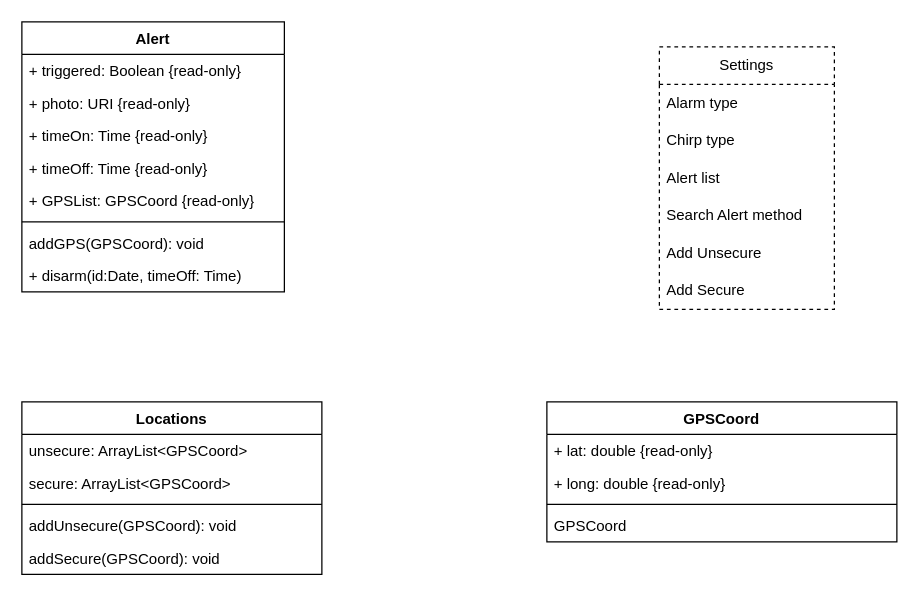
ddc-java-17/leave-me-alone-reedsearle keeps this draw.io diagram as work/LeaveMeAlone.drawio. Above is the earlier version. Source tidied: cells renumbered, new cells numbered last; positions are measured from the earlier drawing's top-left corner, leaving out a move shared by most shapes. Both pictures are drawn from the tidied source at 125%, with x=0, y=0 at pixel (21, 21).
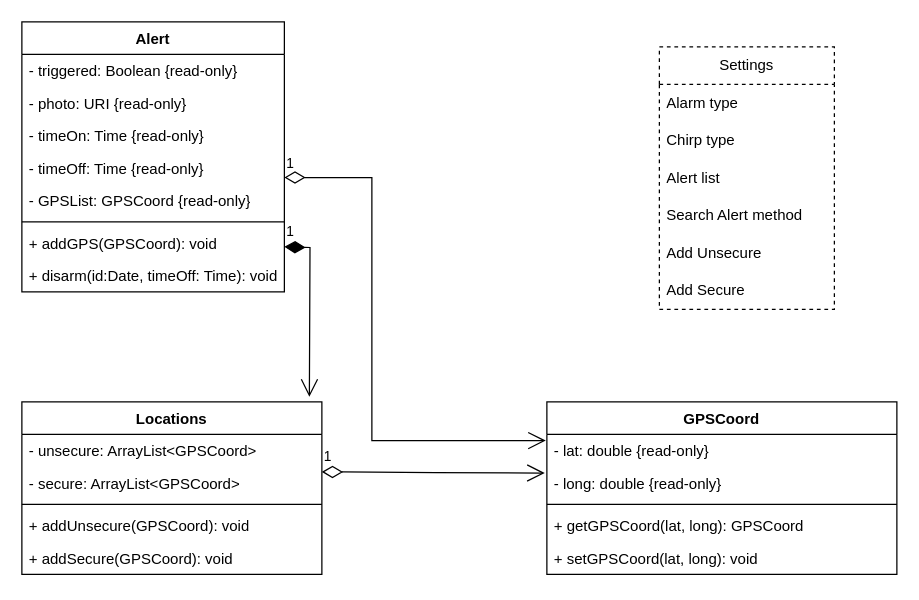
After the change.

Unchanged cells that the change refers to:
```xml
<mxCell id="2" value="Alert" style="swimlane;fontStyle=1;align=center;verticalAlign=top;horizontal=1;startSize=26;whiteSpace=wrap;html=1;" parent="1" vertex="1">
  <mxGeometry width="210" height="216" as="geometry" />
</mxCell>
<mxCell id="11" value="Locations" style="swimlane;fontStyle=1;align=center;verticalAlign=top;horizontal=1;startSize=26;whiteSpace=wrap;html=1;" parent="1" vertex="1">
  <mxGeometry y="304" width="240" height="138" as="geometry" />
</mxCell>
```

Diff of the diagram source:
```diff
@@
-    <mxCell id="3" value="+ triggered: Boolean {read-only}" style="text;strokeColor=none;fillColor=none;align=left;verticalAlign=top;spacingLeft=4;spacingRight=4;overflow=hidden;whiteSpace=wrap;html=1;" parent="2" vertex="1">
+    <mxCell id="3" value="- triggered: Boolean {read-only}" style="text;strokeColor=none;fillColor=none;align=left;verticalAlign=top;spacingLeft=4;spacingRight=4;overflow=hidden;whiteSpace=wrap;html=1;" parent="2" vertex="1">
       <mxGeometry y="26" width="210" height="26" as="geometry" />
     </mxCell>
-    <mxCell id="4" value="+ photo: URI {read-only}" style="text;strokeColor=none;fillColor=none;align=left;verticalAlign=top;spacingLeft=4;spacingRight=4;overflow=hidden;whiteSpace=wrap;html=1;" parent="2" vertex="1">
+    <mxCell id="4" value="- photo: URI {read-only}" style="text;strokeColor=none;fillColor=none;align=left;verticalAlign=top;spacingLeft=4;spacingRight=4;overflow=hidden;whiteSpace=wrap;html=1;" parent="2" vertex="1">
       <mxGeometry y="52" width="210" height="26" as="geometry" />
     </mxCell>
-    <mxCell id="5" value="+ timeOn: Time {read-only}" style="text;strokeColor=none;fillColor=none;align=left;verticalAlign=top;spacingLeft=4;spacingRight=4;overflow=hidden;whiteSpace=wrap;html=1;" parent="2" vertex="1">
+    <mxCell id="5" value="- timeOn: Time {read-only}" style="text;strokeColor=none;fillColor=none;align=left;verticalAlign=top;spacingLeft=4;spacingRight=4;overflow=hidden;whiteSpace=wrap;html=1;" parent="2" vertex="1">
       <mxGeometry y="78" width="210" height="26" as="geometry" />
     </mxCell>
-    <mxCell id="6" value="+ timeOff: Time {read-only}" style="text;strokeColor=none;fillColor=none;align=left;verticalAlign=top;spacingLeft=4;spacingRight=4;overflow=hidden;whiteSpace=wrap;html=1;" parent="2" vertex="1">
+    <mxCell id="6" value="- timeOff: Time {read-only}" style="text;strokeColor=none;fillColor=none;align=left;verticalAlign=top;spacingLeft=4;spacingRight=4;overflow=hidden;whiteSpace=wrap;html=1;" parent="2" vertex="1">
       <mxGeometry y="104" width="210" height="26" as="geometry" />
     </mxCell>
-    <mxCell id="7" value="+ GPSList: GPSCoord {read-only}" style="text;strokeColor=none;fillColor=none;align=left;verticalAlign=top;spacingLeft=4;spacingRight=4;overflow=hidden;whiteSpace=wrap;html=1;" parent="2" vertex="1">
+    <mxCell id="7" value="- GPSList: GPSCoord {read-only}" style="text;strokeColor=none;fillColor=none;align=left;verticalAlign=top;spacingLeft=4;spacingRight=4;overflow=hidden;whiteSpace=wrap;html=1;" parent="2" vertex="1">
       <mxGeometry y="130" width="210" height="26" as="geometry" />
     </mxCell>
@@
-    <mxCell id="9" value="addGPS(GPSCoord): void" style="text;strokeColor=none;fillColor=none;align=left;verticalAlign=top;spacingLeft=4;spacingRight=4;overflow=hidden;whiteSpace=wrap;html=1;" parent="2" vertex="1">
+    <mxCell id="9" value="+ addGPS(GPSCoord): void" style="text;strokeColor=none;fillColor=none;align=left;verticalAlign=top;spacingLeft=4;spacingRight=4;overflow=hidden;whiteSpace=wrap;html=1;" parent="2" vertex="1">
       <mxGeometry y="164" width="210" height="26" as="geometry" />
     </mxCell>
-    <mxCell id="10" value="+ disarm(id:Date, timeOff: Time)" style="text;strokeColor=none;fillColor=none;align=left;verticalAlign=top;spacingLeft=4;spacingRight=4;overflow=hidden;whiteSpace=wrap;html=1;" parent="2" vertex="1">
+    <mxCell id="10" value="+ disarm(id:Date, timeOff: Time): void" style="text;strokeColor=none;fillColor=none;align=left;verticalAlign=top;spacingLeft=4;spacingRight=4;overflow=hidden;whiteSpace=wrap;html=1;" parent="2" vertex="1">
       <mxGeometry y="190" width="210" height="26" as="geometry" />
     </mxCell>
@@
-    <mxCell id="12" value="unsecure: ArrayList&amp;lt;GPSCoord&amp;gt;" style="text;strokeColor=none;fillColor=none;align=left;verticalAlign=top;spacingLeft=4;spacingRight=4;overflow=hidden;whiteSpace=wrap;html=1;" parent="11" vertex="1">
+    <mxCell id="12" value="- unsecure: ArrayList&amp;lt;GPSCoord&amp;gt;" style="text;strokeColor=none;fillColor=none;align=left;verticalAlign=top;spacingLeft=4;spacingRight=4;overflow=hidden;whiteSpace=wrap;html=1;" parent="11" vertex="1">
       <mxGeometry y="26" width="240" height="26" as="geometry" />
     </mxCell>
-    <mxCell id="13" value="secure: ArrayList&amp;lt;GPSCoord&amp;gt;" style="text;strokeColor=none;fillColor=none;align=left;verticalAlign=top;spacingLeft=4;spacingRight=4;overflow=hidden;whiteSpace=wrap;html=1;" parent="11" vertex="1">
+    <mxCell id="13" value="- secure: ArrayList&amp;lt;GPSCoord&amp;gt;" style="text;strokeColor=none;fillColor=none;align=left;verticalAlign=top;spacingLeft=4;spacingRight=4;overflow=hidden;whiteSpace=wrap;html=1;" parent="11" vertex="1">
       <mxGeometry y="52" width="240" height="26" as="geometry" />
     </mxCell>
@@
-    <mxCell id="15" value="addUnsecure(GPSCoord): void" style="text;strokeColor=none;fillColor=none;align=left;verticalAlign=top;spacingLeft=4;spacingRight=4;overflow=hidden;whiteSpace=wrap;html=1;" parent="11" vertex="1">
+    <mxCell id="15" value="+ addUnsecure(GPSCoord): void" style="text;strokeColor=none;fillColor=none;align=left;verticalAlign=top;spacingLeft=4;spacingRight=4;overflow=hidden;whiteSpace=wrap;html=1;" parent="11" vertex="1">
       <mxGeometry y="86" width="240" height="26" as="geometry" />
     </mxCell>
-    <mxCell id="16" value="addSecure(GPSCoord): void" style="text;strokeColor=none;fillColor=none;align=left;verticalAlign=top;spacingLeft=4;spacingRight=4;overflow=hidden;whiteSpace=wrap;html=1;" parent="11" vertex="1">
+    <mxCell id="16" value="+ addSecure(GPSCoord): void" style="text;strokeColor=none;fillColor=none;align=left;verticalAlign=top;spacingLeft=4;spacingRight=4;overflow=hidden;whiteSpace=wrap;html=1;" parent="11" vertex="1">
       <mxGeometry y="112" width="240" height="26" as="geometry" />
     </mxCell>
     <mxCell id="17" value="GPSCoord" style="swimlane;fontStyle=1;align=center;verticalAlign=top;horizontal=1;startSize=26;whiteSpace=wrap;html=1;" parent="1" vertex="1">
-      <mxGeometry x="420" y="304" width="280" height="112" as="geometry" />
+      <mxGeometry x="420" y="304" width="280" height="138" as="geometry" />
     </mxCell>
-    <mxCell id="18" value="+ lat: double {read-only}" style="text;strokeColor=none;fillColor=none;align=left;verticalAlign=top;spacingLeft=4;spacingRight=4;overflow=hidden;points=[[0,0.5],[1,0.5]];portConstraint=eastwest;whiteSpace=wrap;html=1;" parent="17" vertex="1">
+    <mxCell id="18" value="- lat: double {read-only}" style="text;strokeColor=none;fillColor=none;align=left;verticalAlign=top;spacingLeft=4;spacingRight=4;overflow=hidden;points=[[0,0.5],[1,0.5]];portConstraint=eastwest;whiteSpace=wrap;html=1;" parent="17" vertex="1">
       <mxGeometry y="26" width="280" height="26" as="geometry" />
     </mxCell>
-    <mxCell id="19" value="+ long: double {read-only}" style="text;strokeColor=none;fillColor=none;align=left;verticalAlign=top;spacingLeft=4;spacingRight=4;overflow=hidden;points=[[0,0.5],[1,0.5]];portConstraint=eastwest;whiteSpace=wrap;html=1;" parent="17" vertex="1">
+    <mxCell id="19" value="- long: double {read-only}" style="text;strokeColor=none;fillColor=none;align=left;verticalAlign=top;spacingLeft=4;spacingRight=4;overflow=hidden;points=[[0,0.5],[1,0.5]];portConstraint=eastwest;whiteSpace=wrap;html=1;" parent="17" vertex="1">
       <mxGeometry y="52" width="280" height="26" as="geometry" />
     </mxCell>
@@
-    <mxCell id="21" value="GPSCoord" style="text;strokeColor=none;fillColor=none;align=left;verticalAlign=top;spacingLeft=4;spacingRight=4;overflow=hidden;whiteSpace=wrap;html=1;" parent="17" vertex="1">
+    <mxCell id="21" value="+ getGPSCoord(lat, long): GPSCoord" style="text;strokeColor=none;fillColor=none;align=left;verticalAlign=top;spacingLeft=4;spacingRight=4;overflow=hidden;whiteSpace=wrap;html=1;" parent="17" vertex="1">
       <mxGeometry y="86" width="280" height="26" as="geometry" />
     </mxCell>
+    <mxCell id="29" value="+ setGPSCoord(lat, long): void" style="text;strokeColor=none;fillColor=none;align=left;verticalAlign=top;spacingLeft=4;spacingRight=4;overflow=hidden;whiteSpace=wrap;html=1;" parent="17" vertex="1">
+      <mxGeometry y="112" width="280" height="26" as="geometry" />
+    </mxCell>
@@
+    <mxCell id="30" value="1" style="endArrow=open;html=1;endSize=12;startArrow=diamondThin;startSize=14;startFill=0;edgeStyle=orthogonalEdgeStyle;align=left;verticalAlign=bottom;rounded=0;entryX=-0.006;entryY=0.192;entryDx=0;entryDy=0;entryPerimeter=0;" parent="1" edge="1" target="19">
+      <mxGeometry x="-1" y="3" relative="1" as="geometry">
+        <mxPoint x="240" y="360" as="sourcePoint" />
+      </mxGeometry>
+    </mxCell>
+    <mxCell id="31" value="1" style="endArrow=open;html=1;endSize=12;startArrow=diamondThin;startSize=14;startFill=0;edgeStyle=orthogonalEdgeStyle;align=left;verticalAlign=bottom;rounded=0;entryX=-0.003;entryY=0.192;entryDx=0;entryDy=0;entryPerimeter=0;" parent="1" edge="1" target="18">
+      <mxGeometry x="-1" y="3" relative="1" as="geometry">
+        <mxPoint x="210" y="124.5" as="sourcePoint" />
+        <Array as="points">
+          <mxPoint x="280" y="125" />
+          <mxPoint x="280" y="335" />
+        </Array>
+      </mxGeometry>
+    </mxCell>
+    <mxCell id="32" value="1" style="endArrow=open;html=1;endSize=12;startArrow=diamondThin;startSize=14;startFill=1;edgeStyle=orthogonalEdgeStyle;align=left;verticalAlign=bottom;rounded=0;" parent="1" edge="1">
+      <mxGeometry x="-1" y="3" relative="1" as="geometry">
+        <mxPoint x="210" y="180" as="sourcePoint" />
+        <mxPoint x="230" y="300" as="targetPoint" />
+      </mxGeometry>
+    </mxCell>
```
